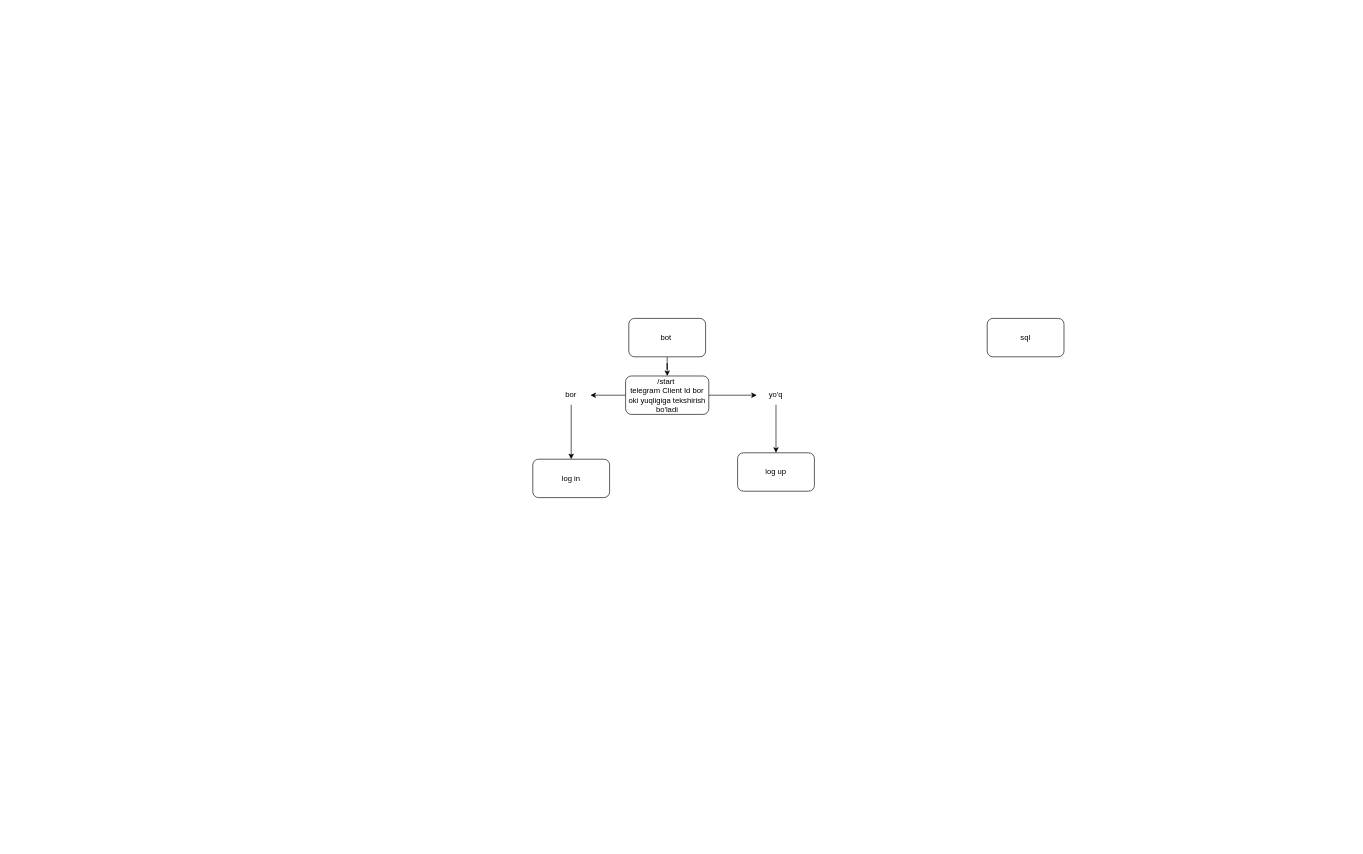
The draw.io diagram TheConversationsBot/Untitled Diagram.drawio in G1-Group/TheConversationsBot, before the edit. Source tidied: cells renumbered, new cells numbered last; positions are measured from the earlier drawing's top-left corner, leaving out a move shared by most shapes. Both pictures are drawn from the tidied source at 64%, with x=0, y=0 at pixel (532, 318).
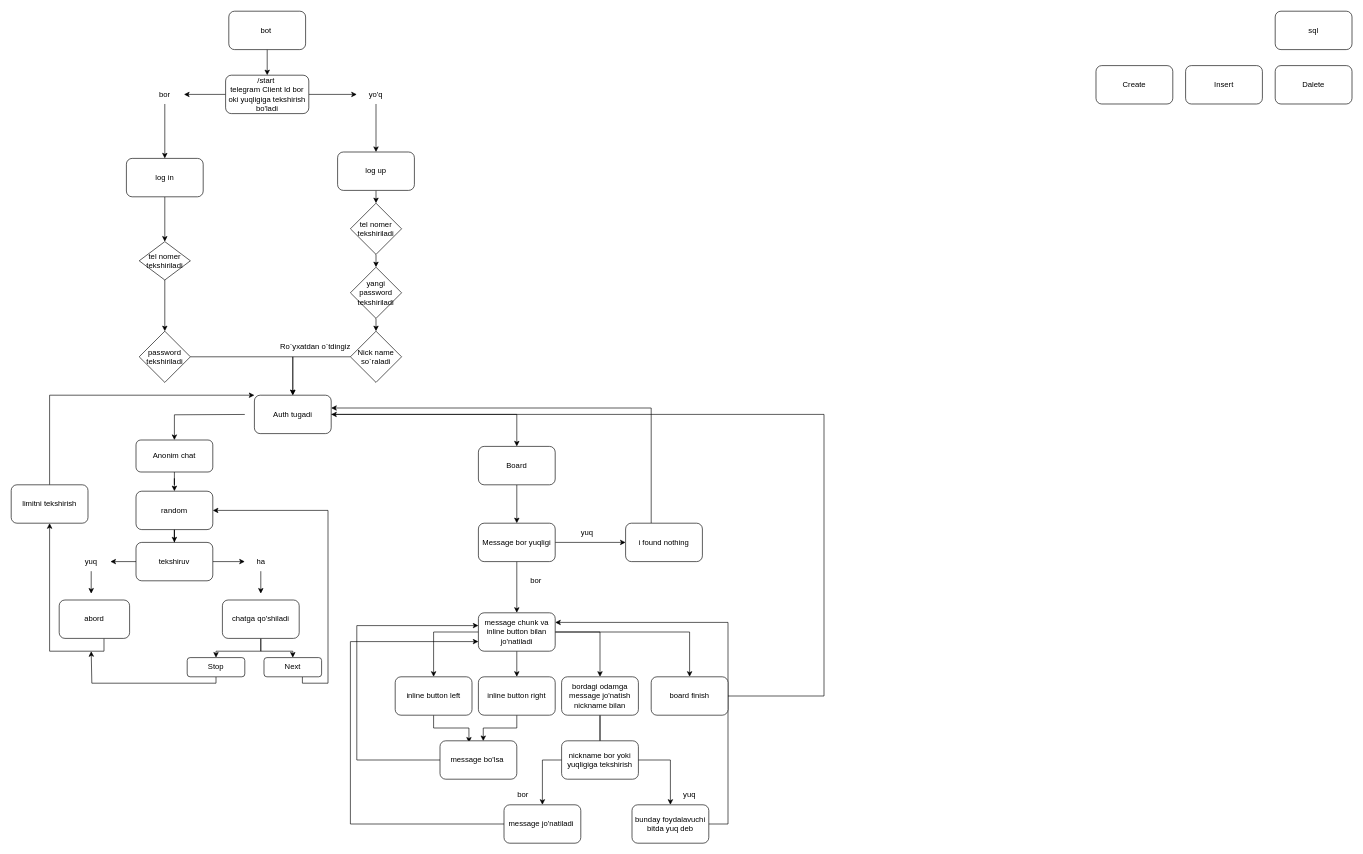
Above is the later version.

Change to the diagram source:
```diff
@@
     <mxCell id="3" value="bot&amp;nbsp;" style="rounded=1;whiteSpace=wrap;html=1;" parent="1" vertex="1">
-      <mxGeometry x="150" width="120" height="60" as="geometry" />
+      <mxGeometry x="-475" y="-480" width="120" height="60" as="geometry" />
     </mxCell>
     <mxCell id="4" value="sql" style="rounded=1;whiteSpace=wrap;html=1;" parent="1" vertex="1">
-      <mxGeometry x="710" width="120" height="60" as="geometry" />
+      <mxGeometry x="1160" y="-480" width="120" height="60" as="geometry" />
     </mxCell>
@@
     <mxCell id="7" value="/start&amp;nbsp;&lt;br&gt;telegram Client Id bor oki yuqligiga tekshirish bo'ladi" style="rounded=1;whiteSpace=wrap;html=1;" parent="1" vertex="1">
-      <mxGeometry x="145" y="90" width="130" height="60" as="geometry" />
+      <mxGeometry x="-480" y="-380" width="130" height="60" as="geometry" />
     </mxCell>
+    <mxCell id="14" style="edgeStyle=orthogonalEdgeStyle;rounded=0;jettySize=auto;html=1;exitX=0.5;exitY=1;exitDx=0;exitDy=0;entryX=0.5;entryY=0;entryDx=0;entryDy=0;" parent="1" edge="1" source="8" target="24">
+      <mxGeometry relative="1" as="geometry" />
+    </mxCell>
     <mxCell id="8" value="log up" style="rounded=1;whiteSpace=wrap;html=1;" parent="1" vertex="1">
-      <mxGeometry x="320" y="210" width="120" height="60" as="geometry" />
+      <mxGeometry x="-305" y="-260" width="120" height="60" as="geometry" />
     </mxCell>
+    <mxCell id="15" style="edgeStyle=orthogonalEdgeStyle;rounded=0;jettySize=auto;html=1;exitX=0.5;exitY=1;exitDx=0;exitDy=0;entryX=0.5;entryY=0;entryDx=0;entryDy=0;" parent="1" edge="1" source="9" target="17">
+      <mxGeometry relative="1" as="geometry" />
+    </mxCell>
     <mxCell id="9" value="log in" style="rounded=1;whiteSpace=wrap;html=1;" parent="1" vertex="1">
-      <mxGeometry y="220" width="120" height="60" as="geometry" />
+      <mxGeometry x="-635" y="-250" width="120" height="60" as="geometry" />
     </mxCell>
@@
     <mxCell id="11" value="bor" style="text;html=1;strokeColor=none;fillColor=none;align=center;verticalAlign=middle;whiteSpace=wrap;rounded=0;" parent="1" vertex="1">
-      <mxGeometry x="30" y="105" width="60" height="30" as="geometry" />
+      <mxGeometry x="-605" y="-365" width="60" height="30" as="geometry" />
     </mxCell>
@@
     <mxCell id="13" value="yo'q" style="text;html=1;strokeColor=none;fillColor=none;align=center;verticalAlign=middle;whiteSpace=wrap;rounded=0;" parent="1" vertex="1">
-      <mxGeometry x="350" y="105" width="60" height="30" as="geometry" />
+      <mxGeometry x="-275" y="-365" width="60" height="30" as="geometry" />
     </mxCell>
+    <mxCell id="16" style="edgeStyle=orthogonalEdgeStyle;rounded=0;jettySize=auto;html=1;exitX=0.5;exitY=1;exitDx=0;exitDy=0;entryX=0.5;entryY=0;entryDx=0;entryDy=0;" parent="1" edge="1" source="17" target="19">
+      <mxGeometry relative="1" as="geometry" />
+    </mxCell>
+    <mxCell id="17" value="tel nomer tekshiriladi" style="rhombus;whiteSpace=wrap;html=1;" parent="1" vertex="1">
+      <mxGeometry x="-615" y="-120" width="80" height="60" as="geometry" />
+    </mxCell>
+    <mxCell id="18" style="edgeStyle=orthogonalEdgeStyle;rounded=0;jettySize=auto;html=1;" parent="1" edge="1" source="19" target="22">
+      <mxGeometry relative="1" as="geometry">
+        <Array as="points">
+          <mxPoint x="-375" y="60" />
+        </Array>
+      </mxGeometry>
+    </mxCell>
+    <mxCell id="19" value="password tekshiriladi" style="rhombus;whiteSpace=wrap;html=1;" parent="1" vertex="1">
+      <mxGeometry x="-615" y="20" width="80" height="80" as="geometry" />
+    </mxCell>
+    <mxCell id="20" style="edgeStyle=orthogonalEdgeStyle;rounded=0;jettySize=auto;html=1;entryX=0.5;entryY=0;entryDx=0;entryDy=0;" parent="1" edge="1" target="29">
+      <mxGeometry relative="1" as="geometry">
+        <mxPoint x="-450" y="150.1" as="sourcePoint" />
+      </mxGeometry>
+    </mxCell>
+    <mxCell id="21" style="edgeStyle=orthogonalEdgeStyle;rounded=0;jettySize=auto;html=1;entryX=0.5;entryY=0;entryDx=0;entryDy=0;" parent="1" edge="1" source="22" target="31">
+      <mxGeometry relative="1" as="geometry" />
+    </mxCell>
+    <mxCell id="22" value="Auth tugadi" style="rounded=1;whiteSpace=wrap;html=1;" parent="1" vertex="1">
+      <mxGeometry x="-435" y="120" width="120" height="60" as="geometry" />
+    </mxCell>
+    <mxCell id="23" style="edgeStyle=orthogonalEdgeStyle;rounded=0;jettySize=auto;html=1;exitX=0.5;exitY=1;exitDx=0;exitDy=0;entryX=0.5;entryY=0;entryDx=0;entryDy=0;" parent="1" edge="1" source="24" target="26">
+      <mxGeometry relative="1" as="geometry" />
+    </mxCell>
+    <mxCell id="24" value="tel nomer tekshiriladi" style="rhombus;whiteSpace=wrap;html=1;" parent="1" vertex="1">
+      <mxGeometry x="-285" y="-180" width="80" height="80" as="geometry" />
+    </mxCell>
+    <mxCell id="25" style="edgeStyle=orthogonalEdgeStyle;rounded=0;jettySize=auto;html=1;exitX=0.5;exitY=1;exitDx=0;exitDy=0;entryX=0.5;entryY=0;entryDx=0;entryDy=0;" parent="1" edge="1" source="26" target="33">
+      <mxGeometry relative="1" as="geometry" />
+    </mxCell>
+    <mxCell id="26" value="yangi password tekshiriladi" style="rhombus;whiteSpace=wrap;html=1;" parent="1" vertex="1">
+      <mxGeometry x="-285" y="-80" width="80" height="80" as="geometry" />
+    </mxCell>
+    <mxCell id="27" value="Ro`yxatdan o`tdingiz" style="text;html=1;align=center;verticalAlign=middle;strokeColor=none;fillColor=none;" parent="1" vertex="1">
+      <mxGeometry x="-405" y="30" width="130" height="30" as="geometry" />
+    </mxCell>
+    <mxCell id="28" style="edgeStyle=orthogonalEdgeStyle;rounded=0;jettySize=auto;html=1;entryX=0.5;entryY=0;entryDx=0;entryDy=0;" parent="1" edge="1" source="29" target="35">
+      <mxGeometry relative="1" as="geometry" />
+    </mxCell>
+    <mxCell id="29" value="Anonim chat" style="rounded=1;whiteSpace=wrap;html=1;" parent="1" vertex="1">
+      <mxGeometry x="-620" y="190" width="120" height="50" as="geometry" />
+    </mxCell>
+    <mxCell id="30" style="edgeStyle=orthogonalEdgeStyle;rounded=0;jettySize=auto;html=1;" parent="1" edge="1" source="31" target="54">
+      <mxGeometry relative="1" as="geometry" />
+    </mxCell>
+    <mxCell id="31" value="Board" style="rounded=1;whiteSpace=wrap;html=1;" parent="1" vertex="1">
+      <mxGeometry x="-85" y="200" width="120" height="60" as="geometry" />
+    </mxCell>
+    <mxCell id="32" style="edgeStyle=orthogonalEdgeStyle;rounded=0;jettySize=auto;html=1;entryX=0.5;entryY=0;entryDx=0;entryDy=0;" parent="1" edge="1" source="33" target="22">
+      <mxGeometry relative="1" as="geometry" />
+    </mxCell>
+    <mxCell id="33" value="Nick name so`raladi" style="rhombus;whiteSpace=wrap;html=1;" parent="1" vertex="1">
+      <mxGeometry x="-285" y="20" width="80" height="80" as="geometry" />
+    </mxCell>
+    <mxCell id="34" style="edgeStyle=orthogonalEdgeStyle;rounded=0;jettySize=auto;html=1;entryX=0.5;entryY=0;entryDx=0;entryDy=0;" parent="1" edge="1" source="35" target="38">
+      <mxGeometry relative="1" as="geometry" />
+    </mxCell>
+    <mxCell id="35" value="random" style="rounded=1;whiteSpace=wrap;html=1;" parent="1" vertex="1">
+      <mxGeometry x="-620" y="270" width="120" height="60" as="geometry" />
+    </mxCell>
+    <mxCell id="36" style="edgeStyle=orthogonalEdgeStyle;rounded=0;jettySize=auto;html=1;" parent="1" edge="1" source="38" target="45">
+      <mxGeometry relative="1" as="geometry" />
+    </mxCell>
+    <mxCell id="37" style="edgeStyle=orthogonalEdgeStyle;rounded=0;jettySize=auto;html=1;exitX=1;exitY=0.5;exitDx=0;exitDy=0;entryX=-0.125;entryY=0.5;entryDx=0;entryDy=0;entryPerimeter=0;" parent="1" edge="1" source="38" target="47">
+      <mxGeometry relative="1" as="geometry" />
+    </mxCell>
+    <mxCell id="38" value="tekshiruv" style="rounded=1;whiteSpace=wrap;html=1;" parent="1" vertex="1">
+      <mxGeometry x="-620" y="350" width="120" height="60" as="geometry" />
+    </mxCell>
+    <mxCell id="39" style="edgeStyle=orthogonalEdgeStyle;rounded=0;jettySize=auto;html=1;" parent="1" edge="1" source="41" target="49">
+      <mxGeometry relative="1" as="geometry" />
+    </mxCell>
+    <mxCell id="40" style="edgeStyle=orthogonalEdgeStyle;rounded=0;jettySize=auto;html=1;entryX=0.5;entryY=0;entryDx=0;entryDy=0;" parent="1" edge="1" source="41" target="51">
+      <mxGeometry relative="1" as="geometry" />
+    </mxCell>
+    <mxCell id="41" value="chatga qo'shiladi" style="rounded=1;whiteSpace=wrap;html=1;" parent="1" vertex="1">
+      <mxGeometry x="-485" y="440" width="120" height="60" as="geometry" />
+    </mxCell>
+    <mxCell id="42" style="edgeStyle=orthogonalEdgeStyle;rounded=0;jettySize=auto;html=1;" parent="1" edge="1" source="43" target="56">
+      <mxGeometry relative="1" as="geometry">
+        <Array as="points">
+          <mxPoint x="-670" y="520" />
+          <mxPoint x="-755" y="520" />
+        </Array>
+      </mxGeometry>
+    </mxCell>
+    <mxCell id="43" value="abord" style="rounded=1;whiteSpace=wrap;html=1;" parent="1" vertex="1">
+      <mxGeometry x="-740" y="440" width="110" height="60" as="geometry" />
+    </mxCell>
+    <mxCell id="44" style="edgeStyle=orthogonalEdgeStyle;rounded=0;jettySize=auto;html=1;" parent="1" edge="1" source="45">
+      <mxGeometry relative="1" as="geometry">
+        <mxPoint x="-690" y="430" as="targetPoint" />
+      </mxGeometry>
+    </mxCell>
+    <mxCell id="45" value="yuq" style="text;html=1;strokeColor=none;fillColor=none;align=center;verticalAlign=middle;whiteSpace=wrap;rounded=0;" parent="1" vertex="1">
+      <mxGeometry x="-720" y="365" width="60" height="30" as="geometry" />
+    </mxCell>
+    <mxCell id="46" style="edgeStyle=orthogonalEdgeStyle;rounded=0;jettySize=auto;html=1;" parent="1" edge="1" source="47">
+      <mxGeometry relative="1" as="geometry">
+        <mxPoint x="-425" y="430" as="targetPoint" />
+      </mxGeometry>
+    </mxCell>
+    <mxCell id="47" value="ha" style="text;html=1;align=center;verticalAlign=middle;points=[];strokeColor=none;fillColor=none;" parent="1" vertex="1">
+      <mxGeometry x="-445" y="365" width="40" height="30" as="geometry" />
+    </mxCell>
+    <mxCell id="48" style="edgeStyle=orthogonalEdgeStyle;rounded=0;jettySize=auto;html=1;entryX=1;entryY=0.5;entryDx=0;entryDy=0;" parent="1" edge="1" source="49" target="35">
+      <mxGeometry relative="1" as="geometry">
+        <Array as="points">
+          <mxPoint x="-360" y="570" />
+          <mxPoint x="-320" y="570" />
+          <mxPoint x="-320" y="300" />
+        </Array>
+      </mxGeometry>
+    </mxCell>
+    <mxCell id="49" value="Next" style="rounded=1;whiteSpace=wrap;html=1;" parent="1" vertex="1">
+      <mxGeometry x="-420" y="530" width="90" height="30" as="geometry" />
+    </mxCell>
+    <mxCell id="50" style="edgeStyle=orthogonalEdgeStyle;rounded=0;jettySize=auto;html=1;" parent="1" edge="1" source="51">
+      <mxGeometry relative="1" as="geometry">
+        <mxPoint x="-690" y="520" as="targetPoint" />
+        <Array as="points">
+          <mxPoint x="-495" y="570" />
+          <mxPoint x="-689" y="570" />
+        </Array>
+      </mxGeometry>
+    </mxCell>
+    <mxCell id="51" value="Stop" style="rounded=1;whiteSpace=wrap;html=1;" parent="1" vertex="1">
+      <mxGeometry x="-540" y="530" width="90" height="30" as="geometry" />
+    </mxCell>
+    <mxCell id="52" style="edgeStyle=orthogonalEdgeStyle;rounded=0;jettySize=auto;html=1;entryX=0.5;entryY=0;entryDx=0;entryDy=0;" parent="1" edge="1" source="54" target="61">
+      <mxGeometry relative="1" as="geometry" />
+    </mxCell>
+    <mxCell id="53" style="edgeStyle=orthogonalEdgeStyle;rounded=0;jettySize=auto;html=1;" parent="1" edge="1" source="54" target="63">
+      <mxGeometry relative="1" as="geometry" />
+    </mxCell>
+    <mxCell id="54" value="Message bor yuqligi" style="rounded=1;whiteSpace=wrap;html=1;" parent="1" vertex="1">
+      <mxGeometry x="-85" y="320" width="120" height="60" as="geometry" />
+    </mxCell>
+    <mxCell id="55" style="edgeStyle=orthogonalEdgeStyle;rounded=0;jettySize=auto;html=1;" parent="1" edge="1" source="56" target="22">
+      <mxGeometry relative="1" as="geometry">
+        <Array as="points">
+          <mxPoint x="-755" y="120" />
+        </Array>
+      </mxGeometry>
+    </mxCell>
+    <mxCell id="56" value="limitni tekshirish" style="rounded=1;whiteSpace=wrap;html=1;" parent="1" vertex="1">
+      <mxGeometry x="-815" y="260" width="120" height="60" as="geometry" />
+    </mxCell>
+    <mxCell id="57" style="edgeStyle=orthogonalEdgeStyle;rounded=0;jettySize=auto;html=1;entryX=0.5;entryY=0;entryDx=0;entryDy=0;" parent="1" edge="1" source="61" target="67">
+      <mxGeometry relative="1" as="geometry" />
+    </mxCell>
+    <mxCell id="58" style="edgeStyle=orthogonalEdgeStyle;rounded=0;jettySize=auto;html=1;" parent="1" edge="1" source="61" target="72">
+      <mxGeometry relative="1" as="geometry" />
+    </mxCell>
+    <mxCell id="59" style="edgeStyle=orthogonalEdgeStyle;rounded=0;jettySize=auto;html=1;entryX=0.5;entryY=0;entryDx=0;entryDy=0;" parent="1" edge="1" source="61" target="70">
+      <mxGeometry relative="1" as="geometry" />
+    </mxCell>
+    <mxCell id="60" style="edgeStyle=orthogonalEdgeStyle;rounded=0;jettySize=auto;html=1;" parent="1" edge="1" source="61" target="83">
+      <mxGeometry relative="1" as="geometry" />
+    </mxCell>
+    <mxCell id="61" value="message chunk va inline button bilan jo'natiladi" style="rounded=1;whiteSpace=wrap;html=1;" parent="1" vertex="1">
+      <mxGeometry x="-85" y="460" width="120" height="60" as="geometry" />
+    </mxCell>
+    <mxCell id="62" style="edgeStyle=orthogonalEdgeStyle;rounded=0;jettySize=auto;html=1;" parent="1" edge="1" source="63" target="22">
+      <mxGeometry relative="1" as="geometry">
+        <Array as="points">
+          <mxPoint x="185" y="140" />
+        </Array>
+      </mxGeometry>
+    </mxCell>
+    <mxCell id="63" value="i found nothing" style="rounded=1;whiteSpace=wrap;html=1;" parent="1" vertex="1">
+      <mxGeometry x="145" y="320" width="120" height="60" as="geometry" />
+    </mxCell>
+    <mxCell id="64" value="yuq" style="text;html=1;strokeColor=none;fillColor=none;align=center;verticalAlign=middle;whiteSpace=wrap;rounded=0;" parent="1" vertex="1">
+      <mxGeometry x="55" y="320" width="60" height="30" as="geometry" />
+    </mxCell>
+    <mxCell id="65" value="bor" style="text;html=1;strokeColor=none;fillColor=none;align=center;verticalAlign=middle;whiteSpace=wrap;rounded=0;" parent="1" vertex="1">
+      <mxGeometry x="-25" y="395" width="60" height="30" as="geometry" />
+    </mxCell>
+    <mxCell id="66" style="edgeStyle=orthogonalEdgeStyle;rounded=0;jettySize=auto;html=1;entryX=0.377;entryY=0.047;entryDx=0;entryDy=0;entryPerimeter=0;" parent="1" edge="1" source="67" target="74">
+      <mxGeometry relative="1" as="geometry" />
+    </mxCell>
+    <mxCell id="67" value="inline button left" style="rounded=1;whiteSpace=wrap;html=1;" parent="1" vertex="1">
+      <mxGeometry x="-215" y="560" width="120" height="60" as="geometry" />
+    </mxCell>
+    <mxCell id="68" style="edgeStyle=orthogonalEdgeStyle;rounded=0;jettySize=auto;html=1;entryX=0.5;entryY=0;entryDx=0;entryDy=0;" parent="1" edge="1" source="70" target="76">
+      <mxGeometry relative="1" as="geometry" />
+    </mxCell>
+    <mxCell id="69" style="edgeStyle=orthogonalEdgeStyle;rounded=0;jettySize=auto;html=1;entryX=0.5;entryY=0;entryDx=0;entryDy=0;" parent="1" edge="1" source="70" target="78">
+      <mxGeometry relative="1" as="geometry" />
+    </mxCell>
+    <mxCell id="70" value="bordagi odamga message jo'natish&lt;br&gt;nickname bilan" style="rounded=1;whiteSpace=wrap;html=1;" parent="1" vertex="1">
+      <mxGeometry x="45" y="560" width="120" height="60" as="geometry" />
+    </mxCell>
+    <mxCell id="71" style="edgeStyle=orthogonalEdgeStyle;rounded=0;jettySize=auto;html=1;entryX=0.563;entryY=0.007;entryDx=0;entryDy=0;entryPerimeter=0;" parent="1" edge="1" source="72" target="74">
+      <mxGeometry relative="1" as="geometry" />
+    </mxCell>
+    <mxCell id="72" value="inline button right" style="rounded=1;whiteSpace=wrap;html=1;" parent="1" vertex="1">
+      <mxGeometry x="-85" y="560" width="120" height="60" as="geometry" />
+    </mxCell>
+    <mxCell id="73" style="edgeStyle=orthogonalEdgeStyle;rounded=0;jettySize=auto;html=1;" parent="1" edge="1" source="74" target="61">
+      <mxGeometry relative="1" as="geometry">
+        <Array as="points">
+          <mxPoint x="-275" y="690" />
+          <mxPoint x="-275" y="480" />
+        </Array>
+      </mxGeometry>
+    </mxCell>
+    <mxCell id="74" value="message bo'lsa&amp;nbsp;" style="rounded=1;whiteSpace=wrap;html=1;" parent="1" vertex="1">
+      <mxGeometry x="-145" y="660" width="120" height="60" as="geometry" />
+    </mxCell>
+    <mxCell id="75" style="edgeStyle=orthogonalEdgeStyle;rounded=0;jettySize=auto;html=1;entryX=0;entryY=0.75;entryDx=0;entryDy=0;" parent="1" edge="1" source="76" target="61">
+      <mxGeometry relative="1" as="geometry">
+        <Array as="points">
+          <mxPoint x="-285" y="790" />
+          <mxPoint x="-285" y="505" />
+        </Array>
+      </mxGeometry>
+    </mxCell>
+    <mxCell id="76" value="message jo'natiladi&amp;nbsp;" style="rounded=1;whiteSpace=wrap;html=1;" parent="1" vertex="1">
+      <mxGeometry x="-45" y="760" width="120" height="60" as="geometry" />
+    </mxCell>
+    <mxCell id="77" style="edgeStyle=orthogonalEdgeStyle;rounded=0;jettySize=auto;html=1;entryX=1;entryY=0.25;entryDx=0;entryDy=0;" parent="1" edge="1" source="78" target="61">
+      <mxGeometry relative="1" as="geometry">
+        <Array as="points">
+          <mxPoint x="305" y="790" />
+          <mxPoint x="305" y="475" />
+        </Array>
+      </mxGeometry>
+    </mxCell>
+    <mxCell id="78" value="bunday foydalavuchi bitda yuq deb&lt;br&gt;" style="rounded=1;whiteSpace=wrap;html=1;" parent="1" vertex="1">
+      <mxGeometry x="155" y="760" width="120" height="60" as="geometry" />
+    </mxCell>
+    <mxCell id="79" value="nickname bor yoki yuqligiga tekshirish" style="rounded=1;whiteSpace=wrap;html=1;" parent="1" vertex="1">
+      <mxGeometry x="45" y="660" width="120" height="60" as="geometry" />
+    </mxCell>
+    <mxCell id="80" value="bor" style="text;html=1;strokeColor=none;fillColor=none;align=center;verticalAlign=middle;whiteSpace=wrap;rounded=0;" parent="1" vertex="1">
+      <mxGeometry x="-45" y="730" width="60" height="30" as="geometry" />
+    </mxCell>
+    <mxCell id="81" value="yuq" style="text;html=1;strokeColor=none;fillColor=none;align=center;verticalAlign=middle;whiteSpace=wrap;rounded=0;" parent="1" vertex="1">
+      <mxGeometry x="215" y="730" width="60" height="30" as="geometry" />
+    </mxCell>
+    <mxCell id="82" style="edgeStyle=orthogonalEdgeStyle;rounded=0;jettySize=auto;html=1;entryX=1;entryY=0.5;entryDx=0;entryDy=0;" parent="1" edge="1" source="83" target="22">
+      <mxGeometry relative="1" as="geometry">
+        <Array as="points">
+          <mxPoint x="455" y="590" />
+          <mxPoint x="455" y="150" />
+        </Array>
+      </mxGeometry>
+    </mxCell>
+    <mxCell id="83" value="board finish" style="rounded=1;whiteSpace=wrap;html=1;" parent="1" vertex="1">
+      <mxGeometry x="185" y="560" width="120" height="60" as="geometry" />
+    </mxCell>
+    <mxCell id="84" value="Create" style="rounded=1;whiteSpace=wrap;html=1;" parent="1" vertex="1">
+      <mxGeometry x="880" y="-395" width="120" height="60" as="geometry" />
+    </mxCell>
+    <mxCell id="85" value="Insert" style="rounded=1;whiteSpace=wrap;html=1;" parent="1" vertex="1">
+      <mxGeometry x="1020" y="-395" width="120" height="60" as="geometry" />
+    </mxCell>
+    <mxCell id="86" value="Dalete" style="rounded=1;whiteSpace=wrap;html=1;" parent="1" vertex="1">
+      <mxGeometry x="1160" y="-395" width="120" height="60" as="geometry" />
+    </mxCell>
```
